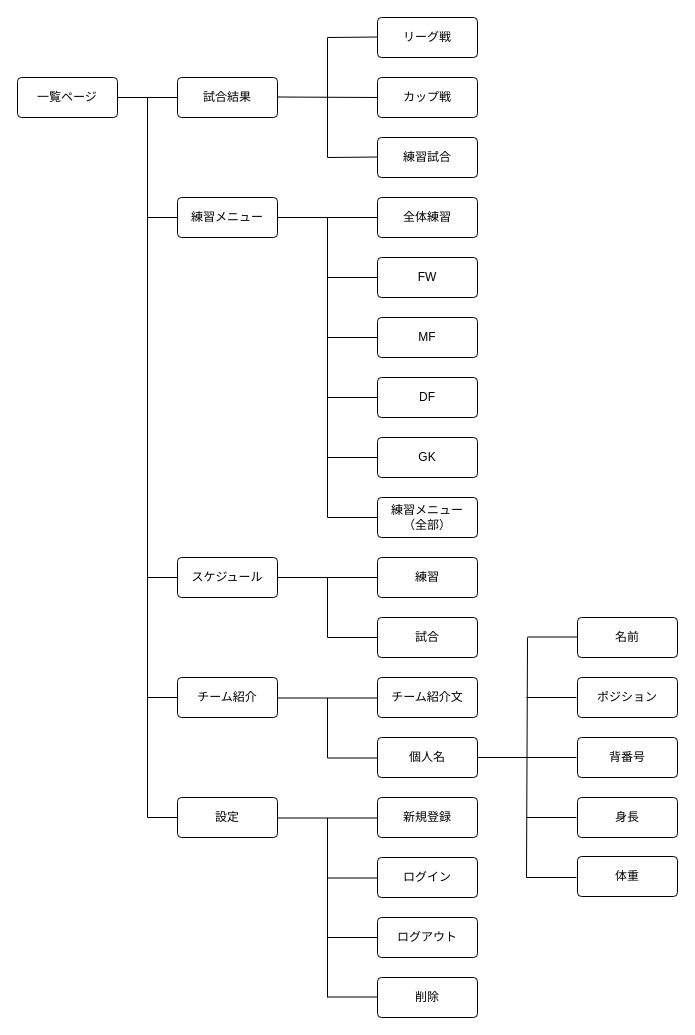
120-seto/teammg keeps this draw.io diagram as test-2.dio. Above is the earlier version. Source tidied: cells renumbered, new cells numbered last; positions are measured from the earlier drawing's top-left corner, leaving out a move shared by most shapes. Both pictures are drawn from the tidied source at 100%, with x=0, y=0 at pixel (17, 17).
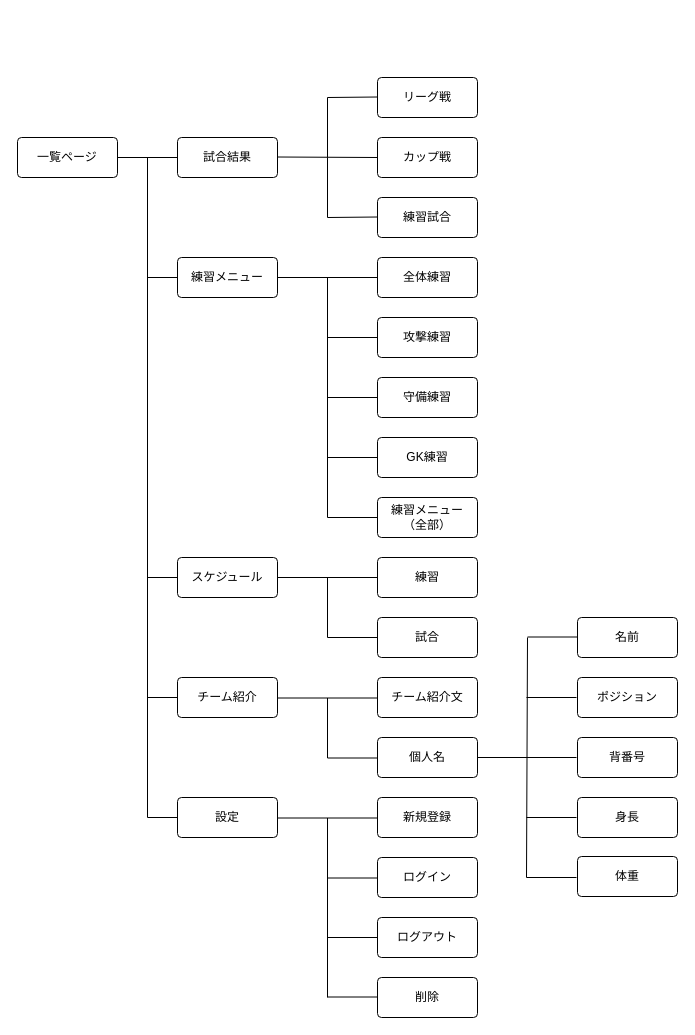
Above is the later version.

What changed in the source:
```diff
@@
     <mxCell id="2" value="一覧ページ" style="rounded=1;arcSize=10;whiteSpace=wrap;html=1;align=center;" parent="1" vertex="1">
-      <mxGeometry y="60" width="100" height="40" as="geometry" />
+      <mxGeometry y="120" width="100" height="40" as="geometry" />
     </mxCell>
     <mxCell id="3" value="試合結果" style="rounded=1;arcSize=10;whiteSpace=wrap;html=1;align=center;" parent="1" vertex="1">
-      <mxGeometry x="160" y="60" width="100" height="40" as="geometry" />
+      <mxGeometry x="160" y="120" width="100" height="40" as="geometry" />
     </mxCell>
     <mxCell id="4" value="練習メニュー" style="rounded=1;arcSize=10;whiteSpace=wrap;html=1;align=center;" parent="1" vertex="1">
-      <mxGeometry x="160" y="180" width="100" height="40" as="geometry" />
+      <mxGeometry x="160" y="240" width="100" height="40" as="geometry" />
     </mxCell>
@@
     <mxCell id="8" value="リーグ戦" style="rounded=1;arcSize=10;whiteSpace=wrap;html=1;align=center;" parent="1" vertex="1">
-      <mxGeometry x="360" width="100" height="40" as="geometry" />
+      <mxGeometry x="360" y="60" width="100" height="40" as="geometry" />
     </mxCell>
     <mxCell id="9" value="カップ戦" style="rounded=1;arcSize=10;whiteSpace=wrap;html=1;align=center;" parent="1" vertex="1">
-      <mxGeometry x="360" y="60" width="100" height="40" as="geometry" />
+      <mxGeometry x="360" y="120" width="100" height="40" as="geometry" />
     </mxCell>
     <mxCell id="10" value="練習試合" style="rounded=1;arcSize=10;whiteSpace=wrap;html=1;align=center;" parent="1" vertex="1">
-      <mxGeometry x="360" y="120" width="100" height="40" as="geometry" />
+      <mxGeometry x="360" y="180" width="100" height="40" as="geometry" />
     </mxCell>
-    <mxCell id="11" value="FW" style="rounded=1;arcSize=10;whiteSpace=wrap;html=1;align=center;" parent="1" vertex="1">
-      <mxGeometry x="360" y="240" width="100" height="40" as="geometry" />
+    <mxCell id="11" value="攻撃練習" style="rounded=1;arcSize=10;whiteSpace=wrap;html=1;align=center;" parent="1" vertex="1">
+      <mxGeometry x="360" y="300" width="100" height="40" as="geometry" />
     </mxCell>
     <mxCell id="12" value="全体練習" style="rounded=1;arcSize=10;whiteSpace=wrap;html=1;align=center;" parent="1" vertex="1">
-      <mxGeometry x="360" y="180" width="100" height="40" as="geometry" />
+      <mxGeometry x="360" y="240" width="100" height="40" as="geometry" />
     </mxCell>
-    <mxCell id="13" value="練習メニュー&lt;br&gt;（全部）" style="rounded=1;arcSize=10;whiteSpace=wrap;html=1;align=center;" parent="1" vertex="1">
-      <mxGeometry x="360" y="480" width="100" height="40" as="geometry" />
-    </mxCell>
-    <mxCell id="14" value="GK" style="rounded=1;arcSize=10;whiteSpace=wrap;html=1;align=center;" parent="1" vertex="1">
-      <mxGeometry x="360" y="420" width="100" height="40" as="geometry" />
+    <mxCell id="14" value="練習メニュー&lt;br&gt;（全部）" style="rounded=1;arcSize=10;whiteSpace=wrap;html=1;align=center;" parent="1" vertex="1">
+      <mxGeometry x="360" y="480" width="100" height="40" as="geometry" />
     </mxCell>
-    <mxCell id="15" value="DF" style="rounded=1;arcSize=10;whiteSpace=wrap;html=1;align=center;" parent="1" vertex="1">
-      <mxGeometry x="360" y="360" width="100" height="40" as="geometry" />
+    <mxCell id="15" value="GK練習" style="rounded=1;arcSize=10;whiteSpace=wrap;html=1;align=center;" parent="1" vertex="1">
+      <mxGeometry x="360" y="420" width="100" height="40" as="geometry" />
     </mxCell>
-    <mxCell id="16" value="MF" style="rounded=1;arcSize=10;whiteSpace=wrap;html=1;align=center;" parent="1" vertex="1">
-      <mxGeometry x="360" y="300" width="100" height="40" as="geometry" />
+    <mxCell id="16" value="守備練習" style="rounded=1;arcSize=10;whiteSpace=wrap;html=1;align=center;" parent="1" vertex="1">
+      <mxGeometry x="360" y="360" width="100" height="40" as="geometry" />
     </mxCell>
@@
     <mxCell id="31" style="endArrow=none;html=1;rounded=0;" parent="1" edge="1">
       <mxGeometry relative="1" as="geometry">
         <mxPoint x="130" y="800" as="sourcePoint" />
-        <mxPoint x="130" y="79.5" as="targetPoint" />
+        <mxPoint x="130" y="139.5" as="targetPoint" />
       </mxGeometry>
     </mxCell>
     <mxCell id="32" style="endArrow=none;html=1;rounded=0;" parent="1" edge="1">
       <mxGeometry relative="1" as="geometry">
-        <mxPoint x="310" y="80" as="sourcePoint" />
-        <mxPoint x="360" y="139.5" as="targetPoint" />
+        <mxPoint x="310" y="140" as="sourcePoint" />
+        <mxPoint x="360" y="199.5" as="targetPoint" />
         <Array as="points">
-          <mxPoint x="310" y="140" />
+          <mxPoint x="310" y="200" />
         </Array>
       </mxGeometry>
     </mxCell>
     <mxCell id="33" style="endArrow=none;html=1;rounded=0;" parent="1" edge="1">
       <mxGeometry relative="1" as="geometry">
-        <mxPoint x="310" y="80" as="sourcePoint" />
-        <mxPoint x="360" y="19.5" as="targetPoint" />
+        <mxPoint x="310" y="140" as="sourcePoint" />
+        <mxPoint x="360" y="79.5" as="targetPoint" />
         <Array as="points">
-          <mxPoint x="310" y="20" />
+          <mxPoint x="310" y="80" />
         </Array>
       </mxGeometry>
     </mxCell>
     <mxCell id="34" style="endArrow=none;html=1;rounded=0;" parent="1" edge="1">
       <mxGeometry relative="1" as="geometry">
-        <mxPoint x="260" y="79.5" as="sourcePoint" />
-        <mxPoint x="360" y="80" as="targetPoint" />
+        <mxPoint x="260" y="139.5" as="sourcePoint" />
+        <mxPoint x="360" y="140" as="targetPoint" />
       </mxGeometry>
     </mxCell>
@@
     <mxCell id="37" style="endArrow=none;html=1;rounded=0;" parent="1" edge="1" target="4">
       <mxGeometry relative="1" as="geometry">
-        <mxPoint x="130" y="200" as="sourcePoint" />
+        <mxPoint x="130" y="260" as="sourcePoint" />
       </mxGeometry>
     </mxCell>
@@
     <mxCell id="39" style="line;strokeWidth=1;dashed=0;labelPosition=right;align=left;verticalAlign=middle;spacingTop=0;spacingLeft=6;points=[];portConstraint=eastwest;" parent="1" vertex="1">
-      <mxGeometry x="260" y="195" width="100" height="10" as="geometry" />
+      <mxGeometry x="260" y="255" width="100" height="10" as="geometry" />
     </mxCell>
@@
     <mxCell id="41" style="endArrow=none;html=1;rounded=0;" parent="1" edge="1">
       <mxGeometry relative="1" as="geometry">
-        <mxPoint x="310" y="260" as="sourcePoint" />
-        <mxPoint x="360" y="260" as="targetPoint" />
+        <mxPoint x="310" y="320" as="sourcePoint" />
+        <mxPoint x="360" y="320" as="targetPoint" />
       </mxGeometry>
     </mxCell>
     <mxCell id="42" style="endArrow=none;html=1;rounded=0;entryX=0;entryY=0.5;entryDx=0;entryDy=0;" parent="1" edge="1" target="16">
       <mxGeometry relative="1" as="geometry">
-        <mxPoint x="310" y="320" as="sourcePoint" />
+        <mxPoint x="310" y="380" as="sourcePoint" />
       </mxGeometry>
     </mxCell>
     <mxCell id="43" style="endArrow=none;html=1;rounded=0;entryX=0;entryY=0.5;entryDx=0;entryDy=0;" parent="1" edge="1" target="15">
       <mxGeometry relative="1" as="geometry">
-        <mxPoint x="310" y="380" as="sourcePoint" />
+        <mxPoint x="310" y="440" as="sourcePoint" />
       </mxGeometry>
     </mxCell>
     <mxCell id="44" style="endArrow=none;html=1;rounded=0;entryX=0;entryY=0.5;entryDx=0;entryDy=0;" parent="1" edge="1" target="14">
       <mxGeometry relative="1" as="geometry">
-        <mxPoint x="310" y="440" as="sourcePoint" />
+        <mxPoint x="310" y="500" as="sourcePoint" />
       </mxGeometry>
     </mxCell>
-    <mxCell id="45" style="endArrow=none;html=1;rounded=0;entryX=0;entryY=0.5;entryDx=0;entryDy=0;" parent="1" edge="1" target="13">
-      <mxGeometry relative="1" as="geometry">
-        <mxPoint x="310" y="500" as="sourcePoint" />
-      </mxGeometry>
-    </mxCell>
```
